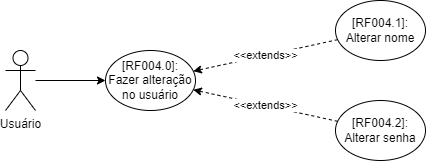
This is Documentos/Requisitos/uml_planejamento/dcu_4.png from Niniys/Domate, a draw.io export, as it was before one commit. Source tidied: cells renumbered, new cells last; positions are measured from the earlier drawing's top-left corner, leaving out a move shared by most shapes.
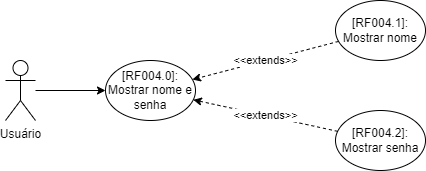
Above is the later version.

The edit, as a diff of the source:
```diff
@@ -8,13 +8,13 @@
     <mxCell id="3" style="endArrow=classic;html=1;rounded=0;" parent="1" edge="1" source="2" target="4">
       <mxGeometry relative="1" as="geometry" />
     </mxCell>
-    <mxCell id="4" value="&lt;span&gt;[RF004.0]:&lt;br&gt;&lt;/span&gt;Fazer alteração no usuário" style="ellipse;whiteSpace=wrap;html=1;" parent="1" vertex="1">
+    <mxCell id="4" value="&lt;span&gt;[RF004.0]:&lt;br&gt;&lt;/span&gt;Mostrar nome e senha" style="ellipse;whiteSpace=wrap;html=1;" parent="1" vertex="1">
       <mxGeometry x="100" y="50" width="90" height="60" as="geometry" />
     </mxCell>
-    <mxCell id="5" value="&lt;span&gt;[RF004.1]:&lt;br&gt;&lt;/span&gt;Alterar nome" style="ellipse;whiteSpace=wrap;html=1;" parent="1" vertex="1">
-      <mxGeometry x="330" width="90" height="60" as="geometry" />
+    <mxCell id="5" value="&lt;span&gt;[RF004.1]:&lt;br&gt;&lt;/span&gt;Mostrar nome" style="ellipse;whiteSpace=wrap;html=1;" parent="1" vertex="1">
+      <mxGeometry x="330" y="-10" width="90" height="60" as="geometry" />
     </mxCell>
-    <mxCell id="6" value="&lt;span&gt;[RF004.2]:&lt;br&gt;&lt;/span&gt;Alterar senha" style="ellipse;whiteSpace=wrap;html=1;" parent="1" vertex="1">
+    <mxCell id="6" value="&lt;span&gt;[RF004.2]:&lt;br&gt;&lt;/span&gt;Mostrar senha" style="ellipse;whiteSpace=wrap;html=1;" parent="1" vertex="1">
       <mxGeometry x="330" y="100" width="90" height="60" as="geometry" />
     </mxCell>
     <mxCell id="7" value="&amp;lt;&amp;lt;extends&amp;gt;&amp;gt;" style="endArrow=classic;html=1;rounded=0;dashed=1;" parent="1" edge="1" source="6" target="4">
```
